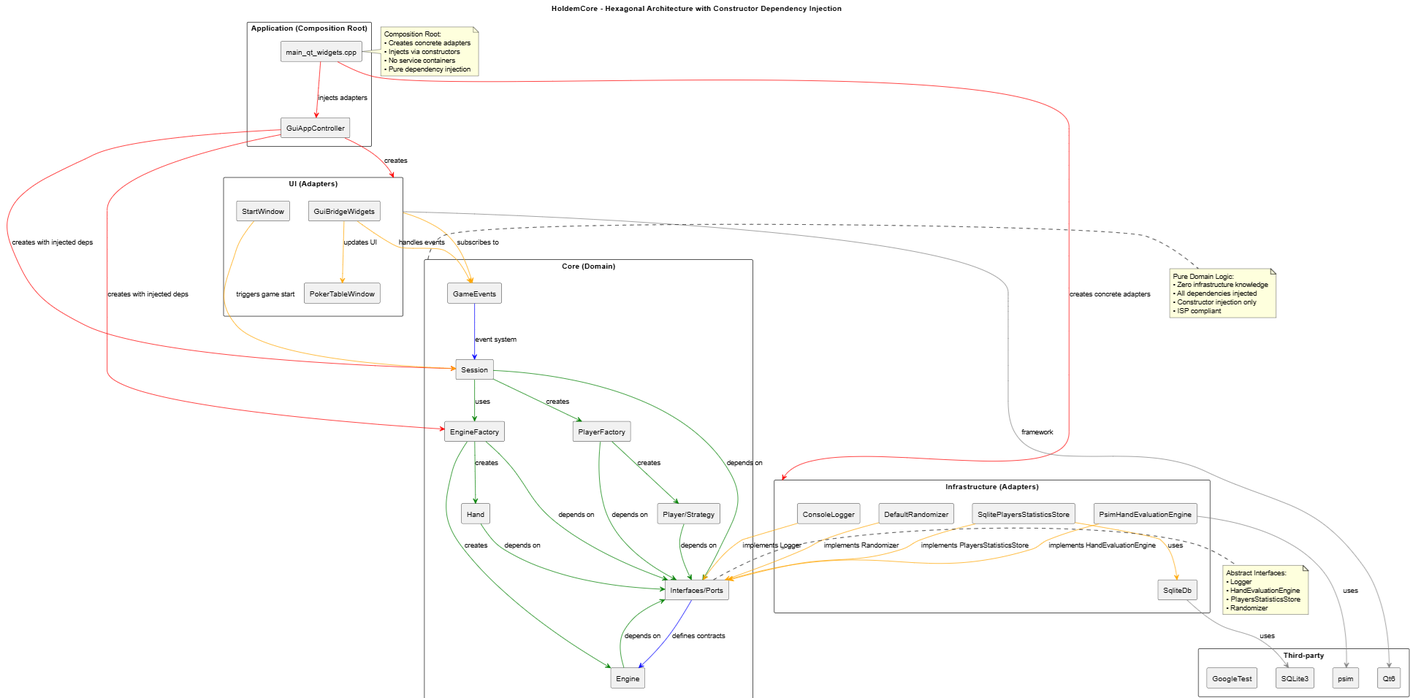
Earlier version of the PlantUML export doc/architecture.png (Marcennaji/HoldemCore). Its source is kept beside it as doc/architecture.puml.
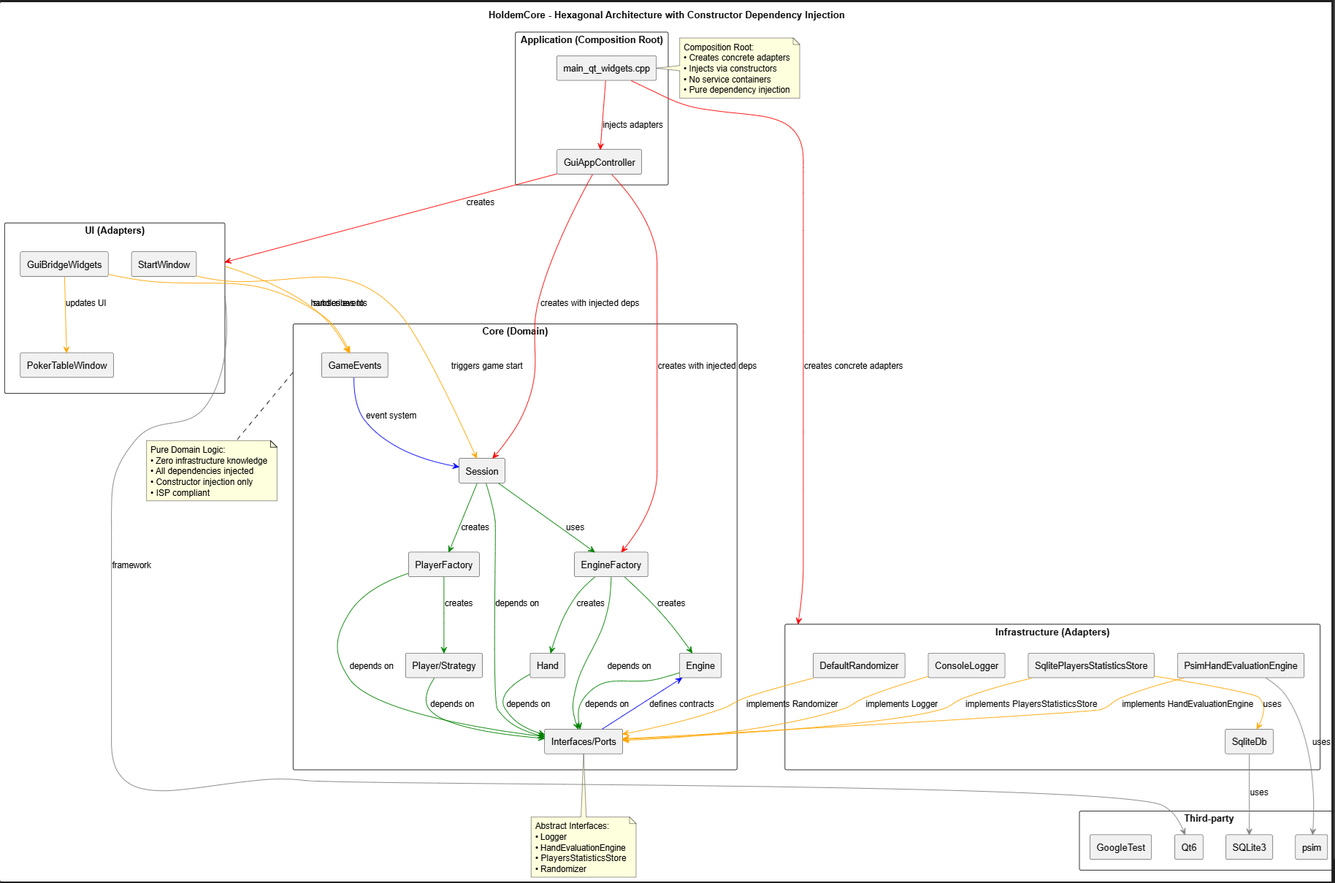
After the change.

What changed in the source:
```diff
@@ -78,7 +78,7 @@
 UI -[#gray]-> Qt6 : framework
 
 note right of Main : Composition Root:\n• Creates concrete adapters\n• Injects via constructors\n• No service containers\n• Pure dependency injection
-note right of Ports : Abstract Interfaces:\n• Logger\n• HandEvaluationEngine\n• PlayersStatisticsStore\n• Randomizer
-note right of Core : Pure Domain Logic:\n• Zero infrastructure knowledge\n• All dependencies injected\n• Constructor injection only\n• ISP compliant
+note bottom of Ports : Abstract Interfaces:\n• Logger\n• HandEvaluationEngine\n• PlayersStatisticsStore\n• Randomizer
+note bottom of Core : Pure Domain Logic:\n• Zero infrastructure knowledge\n• All dependencies injected\n• Constructor injection only\n• ISP compliant
 
 @enduml
```
